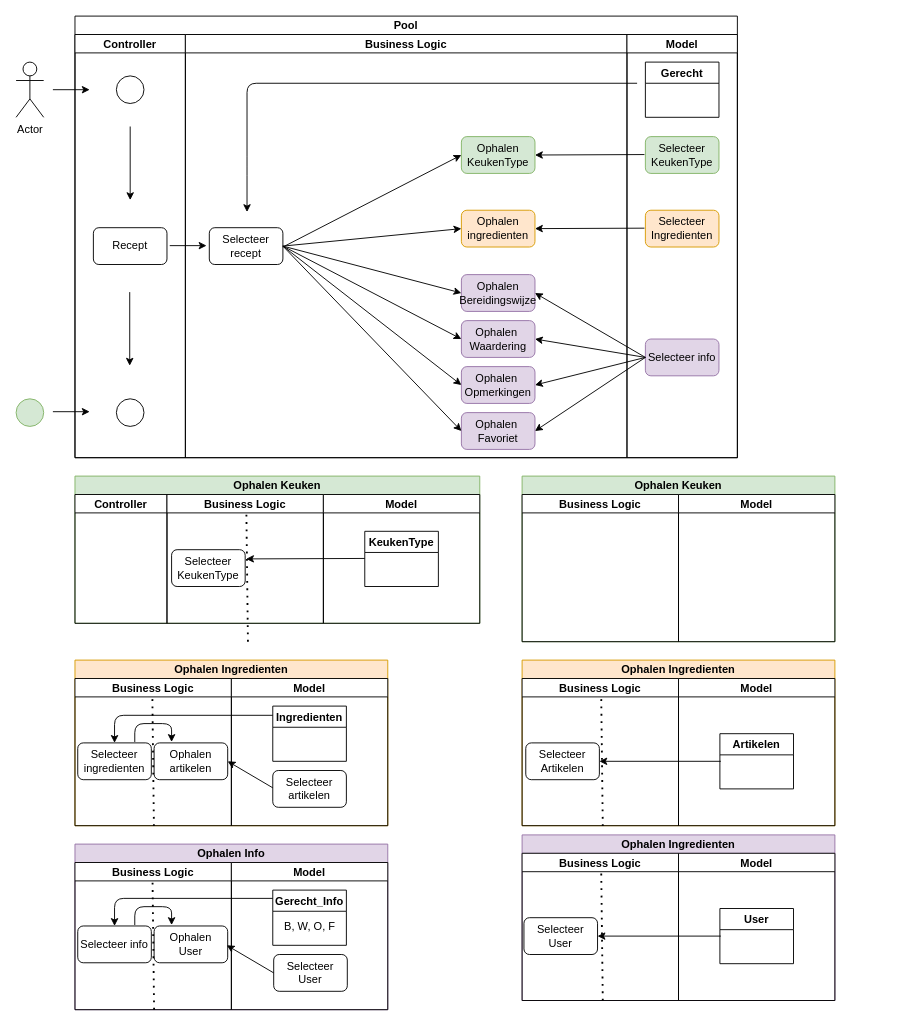
PSlangen/educom-verrukkulluk keeps this draw.io diagram as documents/design/VER-ASD-UitgewerktASD-PS-v1.drawio. Above is the earlier version. Source tidied: cells renumbered, new cells numbered last; positions are measured from the earlier drawing's top-left corner, leaving out a move shared by most shapes. Both pictures are drawn from the tidied source at 92%, with x=0, y=0 at pixel (16, 16).
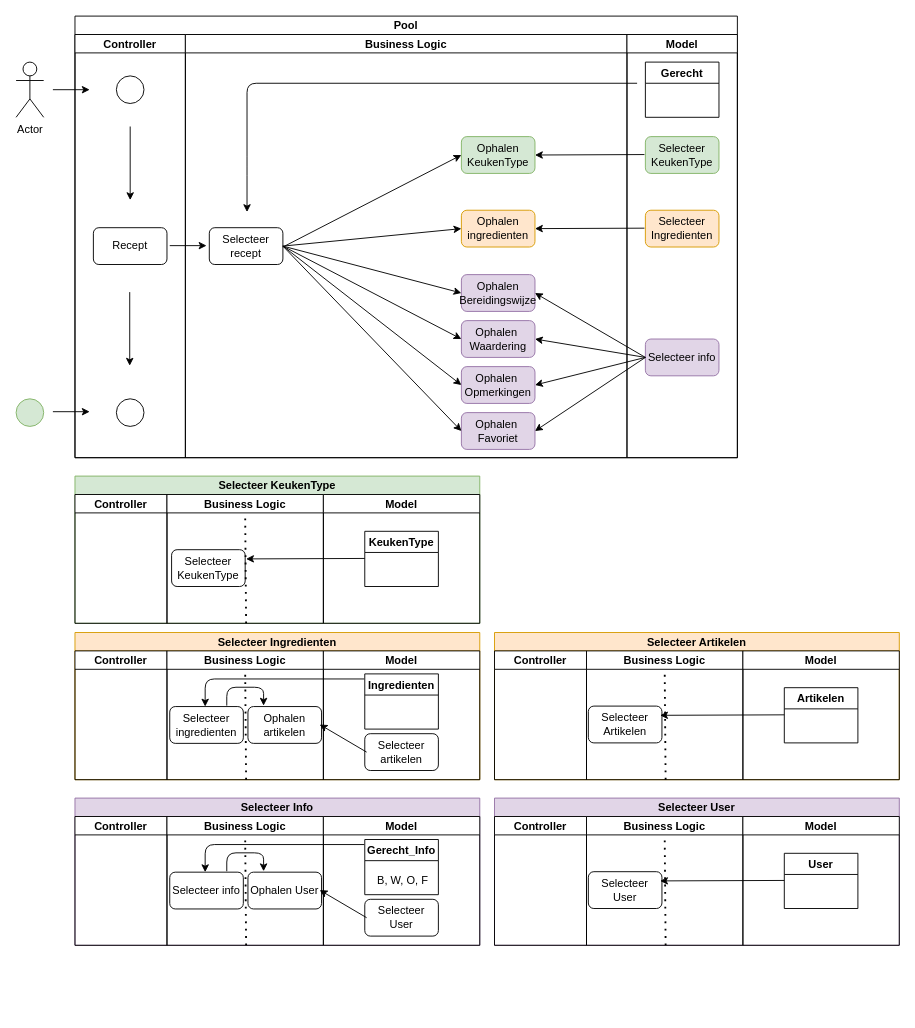
Above is the later version.

Commit message:
Verrukkulluk ASD (#2)

The change refers to these unchanged cells:
```xml
<mxCell id="82" value="Business Logic" style="swimlane;startSize=20;" parent="80" vertex="1">
  <mxGeometry x="100" y="20" width="170" height="140" as="geometry" />
</mxCell>
```

Diff of the diagram source:
```diff
@@
-    <mxCell id="31" value="Ophalen Keuken" style="swimlane;startSize=20;fillColor=#d5e8d4;strokeColor=#82b366;" parent="1" vertex="1">
-      <mxGeometry x="550" y="500" width="340" height="180" as="geometry" />
-    </mxCell>
-    <mxCell id="32" value="Business Logic" style="swimlane;startSize=20;" parent="31" vertex="1">
-      <mxGeometry y="20" width="170" height="160" as="geometry" />
-    </mxCell>
-    <mxCell id="33" value="Model" style="swimlane;startSize=20;" parent="31" vertex="1">
-      <mxGeometry x="170" y="20" width="170" height="160" as="geometry" />
-    </mxCell>
@@
-    <mxCell id="36" value="Ophalen Ingredienten" style="swimlane;startSize=20;fillColor=#ffe6cc;strokeColor=#d79b00;" parent="1" vertex="1">
-      <mxGeometry x="550" y="700" width="340" height="180" as="geometry" />
-    </mxCell>
-    <mxCell id="37" value="Business Logic" style="swimlane;startSize=20;" parent="36" vertex="1">
-      <mxGeometry y="20" width="170" height="160" as="geometry" />
-    </mxCell>
-    <mxCell id="38" value="Selecteer Artikelen" style="rounded=1;whiteSpace=wrap;html=1;" parent="37" vertex="1">
-      <mxGeometry x="4" y="70" width="80" height="40" as="geometry" />
-    </mxCell>
-    <mxCell id="39" style="endArrow=classic;html=1;entryX=1;entryY=0.5;entryDx=0;entryDy=0;" parent="37" edge="1" target="38">
-      <mxGeometry relative="1" as="geometry">
-        <mxPoint x="216" y="90" as="sourcePoint" />
-      </mxGeometry>
-    </mxCell>
-    <mxCell id="40" style="endArrow=none;dashed=1;html=1;dashPattern=1 3;strokeWidth=2;entryX=0.49;entryY=0.12;entryDx=0;entryDy=0;entryPerimeter=0;exitX=0.5;exitY=1;exitDx=0;exitDy=0;" parent="37" edge="1">
-      <mxGeometry relative="1" as="geometry">
-        <mxPoint x="87.7" y="160.4" as="sourcePoint" />
-        <mxPoint x="86" y="19.6" as="targetPoint" />
-      </mxGeometry>
-    </mxCell>
-    <mxCell id="41" value="Model" style="swimlane;startSize=20;" parent="36" vertex="1">
-      <mxGeometry x="170" y="20" width="170" height="160" as="geometry" />
-    </mxCell>
-    <mxCell id="42" value="Artikelen" style="swimlane;" parent="41" vertex="1">
-      <mxGeometry x="45" y="60" width="80" height="60" as="geometry" />
-    </mxCell>
-    <mxCell id="43" value="Ophalen Ingredienten" style="swimlane;startSize=20;fillColor=#ffe6cc;strokeColor=#d79b00;" parent="1" vertex="1">
-      <mxGeometry x="64" y="700" width="340" height="180" as="geometry" />
-    </mxCell>
-    <mxCell id="44" value="Business Logic" style="swimlane;startSize=20;" parent="43" vertex="1">
-      <mxGeometry y="20" width="170" height="160" as="geometry" />
-    </mxCell>
-    <mxCell id="45" value="Selecteer ingredienten" style="rounded=1;whiteSpace=wrap;html=1;" parent="44" vertex="1">
-      <mxGeometry x="3" y="70" width="80" height="40" as="geometry" />
-    </mxCell>
-    <mxCell id="46" style="endArrow=classic;html=1;" parent="44" edge="1">
-      <mxGeometry relative="1" as="geometry">
-        <mxPoint x="65" y="69" as="sourcePoint" />
-        <mxPoint x="105" y="69" as="targetPoint" />
-        <Array as="points">
-          <mxPoint x="65" y="49" />
-          <mxPoint x="105" y="49" />
-        </Array>
-      </mxGeometry>
-    </mxCell>
-    <mxCell id="47" value="Ophalen artikelen" style="rounded=1;whiteSpace=wrap;html=1;" parent="44" vertex="1">
-      <mxGeometry x="86" y="70" width="80" height="40" as="geometry" />
-    </mxCell>
-    <mxCell id="48" style="edgeStyle=segmentEdgeStyle;endArrow=classic;html=1;" parent="44" edge="1" target="45">
-      <mxGeometry relative="1" as="geometry">
-        <mxPoint x="216" y="40" as="sourcePoint" />
-      </mxGeometry>
-    </mxCell>
-    <mxCell id="49" style="endArrow=classic;html=1;" parent="44" edge="1">
-      <mxGeometry relative="1" as="geometry">
-        <mxPoint x="217" y="120" as="sourcePoint" />
-        <mxPoint x="166" y="90" as="targetPoint" />
-      </mxGeometry>
-    </mxCell>
-    <mxCell id="50" style="endArrow=none;dashed=1;html=1;dashPattern=1 3;strokeWidth=2;entryX=0.49;entryY=0.12;entryDx=0;entryDy=0;entryPerimeter=0;exitX=0.5;exitY=1;exitDx=0;exitDy=0;" parent="44" edge="1">
-      <mxGeometry relative="1" as="geometry">
-        <mxPoint x="85.8" y="160.4" as="sourcePoint" />
-        <mxPoint x="84.1" y="19.6" as="targetPoint" />
-      </mxGeometry>
-    </mxCell>
-    <mxCell id="51" value="Model" style="swimlane;startSize=20;" parent="43" vertex="1">
-      <mxGeometry x="170" y="20" width="170" height="160" as="geometry" />
-    </mxCell>
-    <mxCell id="52" value="Ingredienten" style="swimlane;startSize=23;" parent="51" vertex="1">
-      <mxGeometry x="45" y="30" width="80" height="60" as="geometry" />
-    </mxCell>
-    <mxCell id="53" value="Selecteer artikelen" style="rounded=1;whiteSpace=wrap;html=1;" parent="51" vertex="1">
-      <mxGeometry x="45" y="100" width="80" height="40" as="geometry" />
-    </mxCell>
-    <mxCell id="54" value="Ophalen Info" style="swimlane;startSize=20;fillColor=#e1d5e7;strokeColor=#9673a6;" parent="1" vertex="1">
-      <mxGeometry x="64" y="900" width="340" height="180" as="geometry" />
-    </mxCell>
-    <mxCell id="55" value="Business Logic" style="swimlane;startSize=20;" parent="54" vertex="1">
-      <mxGeometry y="20" width="170" height="160" as="geometry" />
-    </mxCell>
-    <mxCell id="56" value="Selecteer info" style="rounded=1;whiteSpace=wrap;html=1;" parent="55" vertex="1">
-      <mxGeometry x="3" y="69" width="80" height="40" as="geometry" />
-    </mxCell>
-    <mxCell id="57" style="endArrow=classic;html=1;" parent="55" edge="1">
-      <mxGeometry relative="1" as="geometry">
-        <mxPoint x="65" y="68" as="sourcePoint" />
-        <mxPoint x="105" y="68" as="targetPoint" />
-        <Array as="points">
-          <mxPoint x="65" y="48" />
-          <mxPoint x="105" y="48" />
-        </Array>
-      </mxGeometry>
-    </mxCell>
-    <mxCell id="58" value="Ophalen&lt;br&gt;User" style="rounded=1;whiteSpace=wrap;html=1;" parent="55" vertex="1">
-      <mxGeometry x="86" y="69" width="80" height="40" as="geometry" />
-    </mxCell>
-    <mxCell id="59" style="edgeStyle=segmentEdgeStyle;endArrow=classic;html=1;" parent="55" edge="1" target="56">
-      <mxGeometry relative="1" as="geometry">
-        <mxPoint x="216" y="39" as="sourcePoint" />
-      </mxGeometry>
-    </mxCell>
-    <mxCell id="60" style="endArrow=none;dashed=1;html=1;dashPattern=1 3;strokeWidth=2;entryX=0.49;entryY=0.12;entryDx=0;entryDy=0;entryPerimeter=0;exitX=0.5;exitY=1;exitDx=0;exitDy=0;" parent="55" edge="1">
-      <mxGeometry relative="1" as="geometry">
-        <mxPoint x="86" y="160" as="sourcePoint" />
-        <mxPoint x="84.3" y="19.2" as="targetPoint" />
-      </mxGeometry>
-    </mxCell>
-    <mxCell id="61" value="Model" style="swimlane;startSize=20;" parent="54" vertex="1">
-      <mxGeometry x="170" y="20" width="170" height="160" as="geometry" />
-    </mxCell>
-    <mxCell id="62" value="Gerecht_Info" style="swimlane;startSize=23;" parent="61" vertex="1">
-      <mxGeometry x="45" y="30" width="80" height="60" as="geometry" />
-    </mxCell>
-    <mxCell id="63" value="B, W, O, F" style="text;html=1;align=center;verticalAlign=middle;strokeColor=none;fillColor=none;" parent="62" vertex="1">
-      <mxGeometry x="5" y="30" width="70" height="20" as="geometry" />
-    </mxCell>
-    <mxCell id="64" value="Selecteer&lt;br&gt;User" style="rounded=1;whiteSpace=wrap;html=1;" parent="61" vertex="1">
-      <mxGeometry x="46" y="100" width="80" height="40" as="geometry" />
-    </mxCell>
-    <mxCell id="65" style="endArrow=classic;html=1;" parent="61" edge="1">
-      <mxGeometry relative="1" as="geometry">
-        <mxPoint x="46" y="120" as="sourcePoint" />
-        <mxPoint x="-5" y="90" as="targetPoint" />
-      </mxGeometry>
-    </mxCell>
-    <mxCell id="66" value="Ophalen Ingredienten" style="swimlane;startSize=20;fillColor=#e1d5e7;strokeColor=#9673a6;" parent="1" vertex="1">
-      <mxGeometry x="550" y="890" width="340" height="180" as="geometry" />
-    </mxCell>
-    <mxCell id="67" value="Business Logic" style="swimlane;startSize=20;" parent="66" vertex="1">
-      <mxGeometry y="20" width="170" height="160" as="geometry" />
-    </mxCell>
-    <mxCell id="68" value="Selecteer User" style="rounded=1;whiteSpace=wrap;html=1;" parent="67" vertex="1">
-      <mxGeometry x="2" y="70" width="80" height="40" as="geometry" />
-    </mxCell>
-    <mxCell id="69" style="endArrow=classic;html=1;entryX=1;entryY=0.5;entryDx=0;entryDy=0;" parent="67" edge="1" target="68">
-      <mxGeometry relative="1" as="geometry">
-        <mxPoint x="216" y="90" as="sourcePoint" />
-      </mxGeometry>
-    </mxCell>
-    <mxCell id="70" style="endArrow=none;dashed=1;html=1;dashPattern=1 3;strokeWidth=2;entryX=0.49;entryY=0.12;entryDx=0;entryDy=0;entryPerimeter=0;exitX=0.5;exitY=1;exitDx=0;exitDy=0;" parent="67" edge="1">
-      <mxGeometry relative="1" as="geometry">
-        <mxPoint x="87.7" y="160" as="sourcePoint" />
-        <mxPoint x="86" y="19.2" as="targetPoint" />
-      </mxGeometry>
-    </mxCell>
-    <mxCell id="71" value="Model" style="swimlane;startSize=20;" parent="66" vertex="1">
-      <mxGeometry x="170" y="20" width="170" height="160" as="geometry" />
-    </mxCell>
-    <mxCell id="72" value="User" style="swimlane;" parent="71" vertex="1">
-      <mxGeometry x="45" y="60" width="80" height="60" as="geometry" />
-    </mxCell>
@@
-    <mxCell id="80" value="Ophalen Keuken" style="swimlane;startSize=20;fillColor=#d5e8d4;strokeColor=#82b366;" parent="1" vertex="1">
+    <mxCell id="80" value="Selecteer KeukenType" style="swimlane;startSize=20;fillColor=#d5e8d4;strokeColor=#82b366;" parent="1" vertex="1">
       <mxGeometry x="64" y="500" width="440" height="160" as="geometry" />
     </mxCell>
@@
-    <mxCell id="84" style="endArrow=none;dashed=1;html=1;dashPattern=1 3;strokeWidth=2;entryX=0.49;entryY=0.12;entryDx=0;entryDy=0;entryPerimeter=0;exitX=0.5;exitY=1;exitDx=0;exitDy=0;" parent="82" edge="1">
+    <mxCell id="84" style="endArrow=none;dashed=1;html=1;dashPattern=1 3;strokeWidth=2;entryX=0.5;entryY=0.157;entryDx=0;entryDy=0;entryPerimeter=0;" parent="82" edge="1" target="82">
       <mxGeometry relative="1" as="geometry">
-        <mxPoint x="88" y="160" as="sourcePoint" />
-        <mxPoint x="86.3" y="19.2" as="targetPoint" />
+        <mxPoint x="86" y="140" as="sourcePoint" />
       </mxGeometry>
     </mxCell>
@@
+    <mxCell id="88" value="Selecteer Ingredienten" style="swimlane;startSize=20;fillColor=#ffe6cc;strokeColor=#d79b00;" parent="1" vertex="1">
+      <mxGeometry x="64" y="670" width="440" height="160" as="geometry" />
+    </mxCell>
+    <mxCell id="89" value="Controller" style="swimlane;startSize=20;" parent="88" vertex="1">
+      <mxGeometry y="20" width="100" height="140" as="geometry" />
+    </mxCell>
+    <mxCell id="90" value="Business Logic" style="swimlane;startSize=20;" parent="88" vertex="1">
+      <mxGeometry x="100" y="20" width="170" height="140" as="geometry" />
+    </mxCell>
+    <mxCell id="91" style="endArrow=none;dashed=1;html=1;dashPattern=1 3;strokeWidth=2;entryX=0.5;entryY=0.157;entryDx=0;entryDy=0;entryPerimeter=0;" parent="90" edge="1" target="90">
+      <mxGeometry relative="1" as="geometry">
+        <mxPoint x="86" y="140" as="sourcePoint" />
+      </mxGeometry>
+    </mxCell>
+    <mxCell id="47" value="Ophalen artikelen" style="rounded=1;whiteSpace=wrap;html=1;" parent="90" vertex="1">
+      <mxGeometry x="88" y="60.5" width="80" height="40" as="geometry" />
+    </mxCell>
+    <mxCell id="45" value="Selecteer ingredienten" style="rounded=1;whiteSpace=wrap;html=1;" parent="90" vertex="1">
+      <mxGeometry x="3" y="60.5" width="80" height="40" as="geometry" />
+    </mxCell>
+    <mxCell id="46" style="endArrow=classic;html=1;" parent="90" edge="1">
+      <mxGeometry relative="1" as="geometry">
+        <mxPoint x="65" y="59.5" as="sourcePoint" />
+        <mxPoint x="105" y="59.5" as="targetPoint" />
+        <Array as="points">
+          <mxPoint x="65" y="39.5" />
+          <mxPoint x="105" y="39.5" />
+        </Array>
+      </mxGeometry>
+    </mxCell>
+    <mxCell id="92" style="edgeStyle=segmentEdgeStyle;endArrow=classic;html=1;" parent="90" edge="1">
+      <mxGeometry relative="1" as="geometry">
+        <mxPoint x="214.5" y="30.5" as="sourcePoint" />
+        <mxPoint x="41.5" y="60.5" as="targetPoint" />
+      </mxGeometry>
+    </mxCell>
+    <mxCell id="93" value="Model" style="swimlane;startSize=20;" parent="88" vertex="1">
+      <mxGeometry x="270" y="20" width="170" height="140" as="geometry" />
+    </mxCell>
+    <mxCell id="53" value="Selecteer artikelen" style="rounded=1;whiteSpace=wrap;html=1;" parent="93" vertex="1">
+      <mxGeometry x="45" y="90" width="80" height="40" as="geometry" />
+    </mxCell>
+    <mxCell id="49" style="endArrow=classic;html=1;" parent="93" edge="1">
+      <mxGeometry relative="1" as="geometry">
+        <mxPoint x="47" y="110" as="sourcePoint" />
+        <mxPoint x="-4" y="80" as="targetPoint" />
+      </mxGeometry>
+    </mxCell>
+    <mxCell id="52" value="Ingredienten" style="swimlane;startSize=23;" parent="93" vertex="1">
+      <mxGeometry x="45" y="25" width="80" height="60" as="geometry" />
+    </mxCell>
+    <mxCell id="94" value="Selecteer Artikelen" style="swimlane;startSize=20;fillColor=#ffe6cc;strokeColor=#d79b00;" parent="1" vertex="1">
+      <mxGeometry x="520" y="670" width="440" height="160" as="geometry" />
+    </mxCell>
+    <mxCell id="95" value="Controller" style="swimlane;startSize=20;" parent="94" vertex="1">
+      <mxGeometry y="20" width="100" height="140" as="geometry" />
+    </mxCell>
+    <mxCell id="96" value="Business Logic" style="swimlane;startSize=20;" parent="94" vertex="1">
+      <mxGeometry x="100" y="20" width="170" height="140" as="geometry" />
+    </mxCell>
+    <mxCell id="38" value="Selecteer Artikelen" style="rounded=1;whiteSpace=wrap;html=1;" parent="96" vertex="1">
+      <mxGeometry x="2" y="60" width="80" height="40" as="geometry" />
+    </mxCell>
+    <mxCell id="97" style="endArrow=none;dashed=1;html=1;dashPattern=1 3;strokeWidth=2;entryX=0.5;entryY=0.157;entryDx=0;entryDy=0;entryPerimeter=0;" parent="96" edge="1" target="96">
+      <mxGeometry relative="1" as="geometry">
+        <mxPoint x="86" y="140" as="sourcePoint" />
+      </mxGeometry>
+    </mxCell>
+    <mxCell id="98" value="Model" style="swimlane;startSize=20;" parent="94" vertex="1">
+      <mxGeometry x="270" y="20" width="170" height="140" as="geometry" />
+    </mxCell>
+    <mxCell id="42" value="Artikelen" style="swimlane;" parent="98" vertex="1">
+      <mxGeometry x="45" y="40" width="80" height="60" as="geometry" />
+    </mxCell>
+    <mxCell id="99" style="edgeStyle=none;html=1;entryX=0.975;entryY=0.25;entryDx=0;entryDy=0;entryPerimeter=0;" parent="98" edge="1" target="38">
+      <mxGeometry relative="1" as="geometry">
+        <mxPoint x="45" y="69.5" as="sourcePoint" />
+      </mxGeometry>
+    </mxCell>
+    <mxCell id="100" value="Selecteer Info" style="swimlane;startSize=20;fillColor=#e1d5e7;strokeColor=#9673a6;" parent="1" vertex="1">
+      <mxGeometry x="64" y="850" width="440" height="160" as="geometry" />
+    </mxCell>
+    <mxCell id="101" value="Controller" style="swimlane;startSize=20;" parent="100" vertex="1">
+      <mxGeometry y="20" width="100" height="140" as="geometry" />
+    </mxCell>
+    <mxCell id="102" value="Business Logic" style="swimlane;startSize=20;" parent="100" vertex="1">
+      <mxGeometry x="100" y="20" width="170" height="140" as="geometry" />
+    </mxCell>
+    <mxCell id="103" style="endArrow=none;dashed=1;html=1;dashPattern=1 3;strokeWidth=2;entryX=0.5;entryY=0.157;entryDx=0;entryDy=0;entryPerimeter=0;" parent="102" edge="1" target="102">
+      <mxGeometry relative="1" as="geometry">
+        <mxPoint x="86" y="140" as="sourcePoint" />
+      </mxGeometry>
+    </mxCell>
+    <mxCell id="58" value="Ophalen User" style="rounded=1;whiteSpace=wrap;html=1;" parent="102" vertex="1">
+      <mxGeometry x="88" y="60.5" width="80" height="40" as="geometry" />
+    </mxCell>
+    <mxCell id="56" value="Selecteer info" style="rounded=1;whiteSpace=wrap;html=1;" parent="102" vertex="1">
+      <mxGeometry x="3" y="60.5" width="80" height="40" as="geometry" />
+    </mxCell>
+    <mxCell id="104" style="endArrow=classic;html=1;" parent="102" edge="1">
+      <mxGeometry relative="1" as="geometry">
+        <mxPoint x="65" y="59.5" as="sourcePoint" />
+        <mxPoint x="105" y="59.5" as="targetPoint" />
+        <Array as="points">
+          <mxPoint x="65" y="39.5" />
+          <mxPoint x="105" y="39.5" />
+        </Array>
+      </mxGeometry>
+    </mxCell>
+    <mxCell id="105" style="edgeStyle=segmentEdgeStyle;endArrow=classic;html=1;" parent="102" edge="1">
+      <mxGeometry relative="1" as="geometry">
+        <mxPoint x="214.5" y="30.5" as="sourcePoint" />
+        <mxPoint x="41.5" y="60.5" as="targetPoint" />
+      </mxGeometry>
+    </mxCell>
+    <mxCell id="106" value="Model" style="swimlane;startSize=20;" parent="100" vertex="1">
+      <mxGeometry x="270" y="20" width="170" height="140" as="geometry" />
+    </mxCell>
+    <mxCell id="107" value="Selecteer User" style="rounded=1;whiteSpace=wrap;html=1;" parent="106" vertex="1">
+      <mxGeometry x="45" y="90" width="80" height="40" as="geometry" />
+    </mxCell>
+    <mxCell id="108" style="endArrow=classic;html=1;" parent="106" edge="1">
+      <mxGeometry relative="1" as="geometry">
+        <mxPoint x="47" y="110" as="sourcePoint" />
+        <mxPoint x="-4" y="80" as="targetPoint" />
+      </mxGeometry>
+    </mxCell>
+    <mxCell id="62" value="Gerecht_Info" style="swimlane;startSize=23;" parent="106" vertex="1">
+      <mxGeometry x="45" y="25" width="80" height="60" as="geometry" />
+    </mxCell>
+    <mxCell id="109" value="Selecteer User" style="swimlane;startSize=20;fillColor=#e1d5e7;strokeColor=#9673a6;" parent="1" vertex="1">
+      <mxGeometry x="520" y="850" width="440" height="160" as="geometry" />
+    </mxCell>
+    <mxCell id="110" value="Controller" style="swimlane;startSize=20;" parent="109" vertex="1">
+      <mxGeometry y="20" width="100" height="140" as="geometry" />
+    </mxCell>
+    <mxCell id="111" value="Business Logic" style="swimlane;startSize=20;" parent="109" vertex="1">
+      <mxGeometry x="100" y="20" width="170" height="140" as="geometry" />
+    </mxCell>
+    <mxCell id="112" value="Selecteer User" style="rounded=1;whiteSpace=wrap;html=1;" parent="111" vertex="1">
+      <mxGeometry x="2" y="60" width="80" height="40" as="geometry" />
+    </mxCell>
+    <mxCell id="113" style="endArrow=none;dashed=1;html=1;dashPattern=1 3;strokeWidth=2;entryX=0.5;entryY=0.157;entryDx=0;entryDy=0;entryPerimeter=0;" parent="111" edge="1" target="111">
+      <mxGeometry relative="1" as="geometry">
+        <mxPoint x="86" y="140" as="sourcePoint" />
+      </mxGeometry>
+    </mxCell>
+    <mxCell id="114" value="Model" style="swimlane;startSize=20;" parent="109" vertex="1">
+      <mxGeometry x="270" y="20" width="170" height="140" as="geometry" />
+    </mxCell>
+    <mxCell id="72" value="User" style="swimlane;" parent="114" vertex="1">
+      <mxGeometry x="45" y="40" width="80" height="60" as="geometry" />
+    </mxCell>
+    <mxCell id="115" style="edgeStyle=none;html=1;entryX=0.975;entryY=0.25;entryDx=0;entryDy=0;entryPerimeter=0;" parent="114" edge="1" target="112">
+      <mxGeometry relative="1" as="geometry">
+        <mxPoint x="45" y="69.5" as="sourcePoint" />
+      </mxGeometry>
+    </mxCell>
+    <mxCell id="63" value="B, W, O, F" style="text;html=1;align=center;verticalAlign=middle;strokeColor=none;fillColor=none;" parent="1" vertex="1">
+      <mxGeometry x="385" y="930" width="70" height="20" as="geometry" />
+    </mxCell>
```
